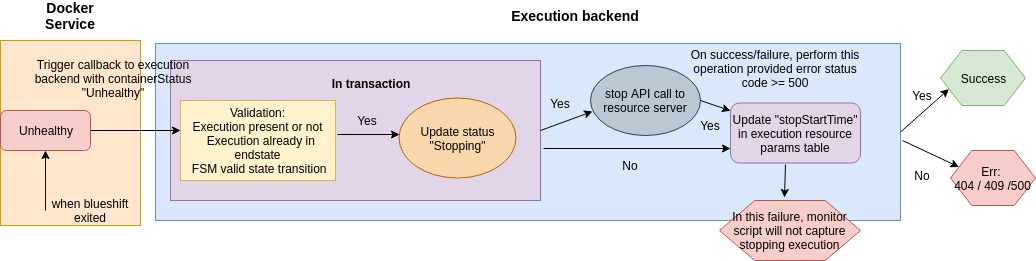
Before: stop_unhealthy.png, a diagram exported from draw.io (prodipta/blueshift-resouce). Source tidied: cells renumbered, new cells last; positions are measured from the earlier drawing's top-left corner, leaving out a move shared by most shapes.
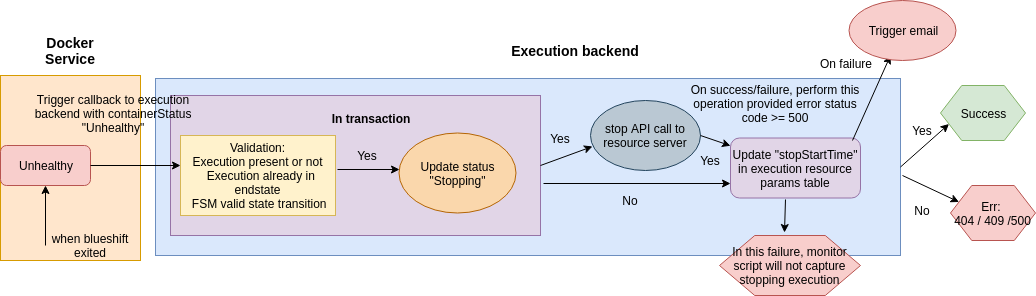
After the commit.

Commit message:
update start flow

Diff of the diagram source:
```diff
@@ -110,5 +110,20 @@
     <mxCell id="33" value="Yes" style="text;html=1;strokeColor=none;fillColor=none;align=center;verticalAlign=middle;whiteSpace=wrap;rounded=0;" parent="1" vertex="1">
       <mxGeometry x="690" y="115" width="40" height="20" as="geometry" />
     </mxCell>
+    <mxCell id="34" style="endArrow=classic;html=1;" parent="1" edge="1">
+      <mxGeometry relative="1" as="geometry">
+        <mxPoint x="852" y="105" as="sourcePoint" />
+        <mxPoint x="890" y="20" as="targetPoint" />
+        <Array as="points">
+          <mxPoint x="852" y="105" />
+        </Array>
+      </mxGeometry>
+    </mxCell>
+    <mxCell id="35" value="Trigger email" style="ellipse;whiteSpace=wrap;html=1;fillColor=#f8cecc;strokeColor=#b85450;" parent="1" vertex="1">
+      <mxGeometry x="848.5" y="-35" width="107" height="60" as="geometry" />
+    </mxCell>
+    <mxCell id="36" value="On failure" style="text;html=1;strokeColor=none;fillColor=none;align=center;verticalAlign=middle;whiteSpace=wrap;rounded=0;" parent="1" vertex="1">
+      <mxGeometry x="810" y="15" width="70" height="25" as="geometry" />
+    </mxCell>
   </root>
 </mxGraphModel>
```
